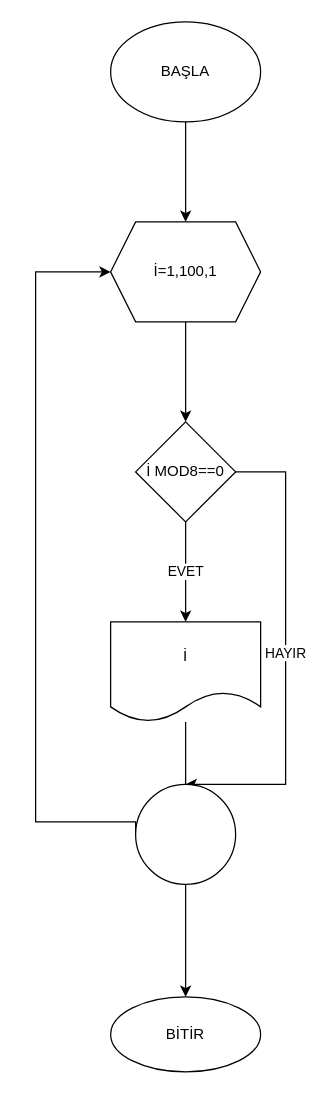
The draw.io diagram Başlıksız Diyagram.drawio in Softwarefinduk/ch28, before the edit. Source tidied: cells renumbered, new cells numbered last; positions are measured from the earlier drawing's top-left corner, leaving out a move shared by most shapes. Both pictures are drawn from the tidied source at 125%, with x=0, y=0 at pixel (35, 21).
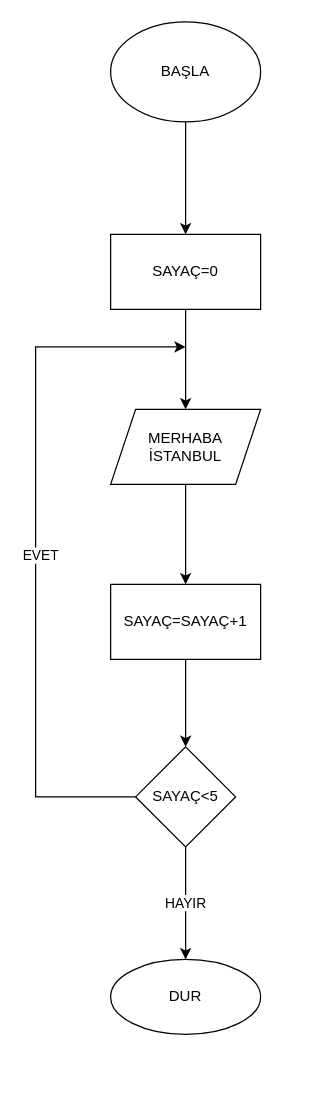
After the change.

Change to the diagram source:
```diff
@@
 <mxGraphModel>
   <root>
     <mxCell id="0" />
     <mxCell id="1" parent="0" />
-    <mxCell id="2" style="edgeStyle=orthogonalEdgeStyle;rounded=0;jettySize=auto;html=1;" parent="1" edge="1" source="3" target="5">
-      <mxGeometry relative="1" as="geometry" />
-    </mxCell>
+    <mxCell id="15" style="edgeStyle=orthogonalEdgeStyle;rounded=0;jettySize=auto;html=1;" parent="1" edge="1" source="3">
+      <mxGeometry relative="1" as="geometry">
+        <mxPoint x="120" y="170" as="targetPoint" />
+      </mxGeometry>
+    </mxCell>
     <mxCell id="3" value="BAŞLA" style="ellipse;whiteSpace=wrap;html=1;" parent="1" vertex="1">
       <mxGeometry x="60" width="120" height="80" as="geometry" />
     </mxCell>
-    <mxCell id="4" style="edgeStyle=orthogonalEdgeStyle;rounded=0;jettySize=auto;html=1;" parent="1" edge="1" source="5" target="8">
-      <mxGeometry relative="1" as="geometry" />
-    </mxCell>
-    <mxCell id="5" value="İ=1,100,1" style="shape=hexagon;perimeter=hexagonPerimeter2;whiteSpace=wrap;html=1;fixedSize=1;" parent="1" vertex="1">
-      <mxGeometry x="60" y="160" width="120" height="80" as="geometry" />
-    </mxCell>
+    <mxCell id="16" style="edgeStyle=orthogonalEdgeStyle;rounded=0;jettySize=auto;html=1;" parent="1" edge="1" source="17" target="19">
+      <mxGeometry relative="1" as="geometry">
+        <Array as="points">
+          <mxPoint x="120" y="280" />
+          <mxPoint x="120" y="280" />
+        </Array>
+      </mxGeometry>
+    </mxCell>
+    <mxCell id="17" value="SAYAÇ=0" style="rounded=0;whiteSpace=wrap;html=1;" parent="1" vertex="1">
+      <mxGeometry x="60" y="170" width="120" height="60" as="geometry" />
+    </mxCell>
+    <mxCell id="18" style="edgeStyle=orthogonalEdgeStyle;rounded=0;jettySize=auto;html=1;" parent="1" edge="1" source="19" target="21">
+      <mxGeometry relative="1" as="geometry" />
+    </mxCell>
+    <mxCell id="19" value="MERHABA İSTANBUL" style="shape=parallelogram;perimeter=parallelogramPerimeter;whiteSpace=wrap;html=1;fixedSize=1;rounded=0;" parent="1" vertex="1">
+      <mxGeometry x="60" y="310" width="120" height="60" as="geometry" />
+    </mxCell>
+    <mxCell id="20" style="edgeStyle=orthogonalEdgeStyle;rounded=0;jettySize=auto;html=1;" parent="1" edge="1" source="21" target="23">
+      <mxGeometry relative="1" as="geometry" />
+    </mxCell>
+    <mxCell id="21" value="SAYAÇ=SAYAÇ+1" style="whiteSpace=wrap;html=1;rounded=0;" parent="1" vertex="1">
+      <mxGeometry x="60" y="450" width="120" height="60" as="geometry" />
+    </mxCell>
+    <mxCell id="7" value="HAYIR" style="edgeStyle=orthogonalEdgeStyle;rounded=0;jettySize=auto;html=1;" parent="1" edge="1" source="23" target="24">
+      <mxGeometry relative="1" as="geometry" />
+    </mxCell>
+    <mxCell id="22" style="edgeStyle=orthogonalEdgeStyle;rounded=0;jettySize=auto;html=1;exitX=0;exitY=0.5;exitDx=0;exitDy=0;" parent="1" edge="1" source="23">
+      <mxGeometry relative="1" as="geometry">
+        <mxPoint x="120" y="260" as="targetPoint" />
+        <Array as="points">
+          <mxPoint y="620" />
+          <mxPoint y="260" />
+        </Array>
+      </mxGeometry>
+    </mxCell>
-    <mxCell id="6" value="EVET" style="edgeStyle=orthogonalEdgeStyle;rounded=0;jettySize=auto;html=1;" parent="1" edge="1" source="8" target="10">
-      <mxGeometry relative="1" as="geometry" />
+    <mxCell id="6" value="EVET" style="edgeLabel;html=1;align=center;verticalAlign=middle;" parent="22" vertex="1">
+      <mxGeometry x="-0.02" y="-3" relative="1" as="geometry" />
     </mxCell>
-    <mxCell id="7" value="HAYIR" style="edgeStyle=orthogonalEdgeStyle;rounded=0;jettySize=auto;html=1;exitX=1;exitY=0.5;exitDx=0;exitDy=0;" parent="1" edge="1" source="8">
-      <mxGeometry relative="1" as="geometry">
-        <mxPoint x="120" y="610" as="targetPoint" />
-        <Array as="points">
-          <mxPoint x="200" y="360" />
-          <mxPoint x="200" y="610" />
-        </Array>
-      </mxGeometry>
-    </mxCell>
-    <mxCell id="8" value="İ MOD8==0" style="rhombus;whiteSpace=wrap;html=1;" parent="1" vertex="1">
-      <mxGeometry x="80" y="320" width="80" height="80" as="geometry" />
-    </mxCell>
-    <mxCell id="9" style="edgeStyle=orthogonalEdgeStyle;rounded=0;jettySize=auto;html=1;" parent="1" edge="1" source="10">
-      <mxGeometry relative="1" as="geometry">
-        <mxPoint x="120" y="640" as="targetPoint" />
-      </mxGeometry>
-    </mxCell>
-    <mxCell id="10" value="İ" style="shape=document;whiteSpace=wrap;html=1;boundedLbl=1;" parent="1" vertex="1">
-      <mxGeometry x="60" y="480" width="120" height="80" as="geometry" />
-    </mxCell>
-    <mxCell id="11" style="edgeStyle=orthogonalEdgeStyle;rounded=0;jettySize=auto;html=1;exitX=0;exitY=0.5;exitDx=0;exitDy=0;entryX=0;entryY=0.5;entryDx=0;entryDy=0;" parent="1" edge="1" source="13" target="5">
-      <mxGeometry relative="1" as="geometry">
-        <Array as="points">
-          <mxPoint x="80" y="640" />
-          <mxPoint y="640" />
-          <mxPoint y="200" />
-        </Array>
-      </mxGeometry>
-    </mxCell>
-    <mxCell id="12" style="edgeStyle=orthogonalEdgeStyle;rounded=0;jettySize=auto;html=1;" parent="1" edge="1" source="13" target="14">
-      <mxGeometry relative="1" as="geometry" />
-    </mxCell>
-    <mxCell id="13" style="ellipse;whiteSpace=wrap;html=1;" parent="1" vertex="1">
-      <mxGeometry x="80" y="610" width="80" height="80" as="geometry" />
-    </mxCell>
-    <mxCell id="14" value="BİTİR" style="ellipse;whiteSpace=wrap;html=1;" parent="1" vertex="1">
-      <mxGeometry x="60" y="780" width="120" height="60" as="geometry" />
-    </mxCell>
+    <mxCell id="23" value="SAYAÇ&amp;lt;5" style="rhombus;whiteSpace=wrap;html=1;rounded=0;" parent="1" vertex="1">
+      <mxGeometry x="80" y="580" width="80" height="80" as="geometry" />
+    </mxCell>
+    <mxCell id="24" value="DUR" style="ellipse;whiteSpace=wrap;html=1;rounded=0;" parent="1" vertex="1">
+      <mxGeometry x="60" y="750" width="120" height="60" as="geometry" />
+    </mxCell>
   </root>
 </mxGraphModel>
```
